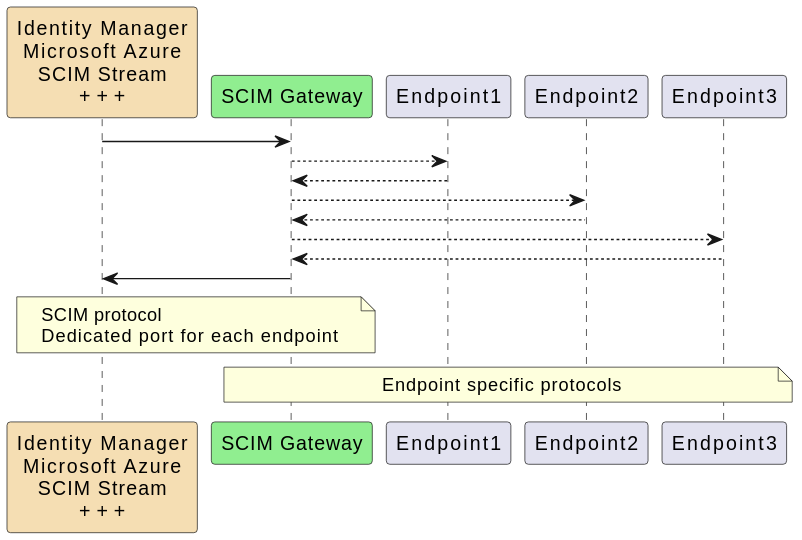
jelhub/jelhub.github.io keeps this PlantUML diagram as images/ScimGateway.svg. Above is the earlier version.
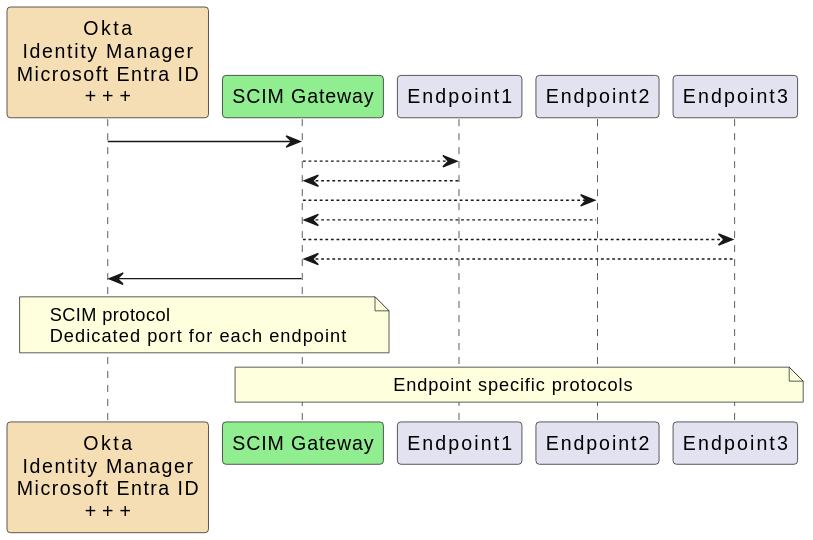
The same diagram one commit later.

What changed in the source:
```diff
@@ -1,5 +1,5 @@
 @startuml
-participant "Identity Manager\nMicrosoft Azure\nSCIM Stream\n+++" as P #wheat
+participant "Okta\nIdentity Manager\nMicrosoft Entra ID\n+++" as P #wheat
 participant "SCIM Gateway" #lightgreen
 P -> "SCIM Gateway" :
 "SCIM Gateway" --> Endpoint1:
```
